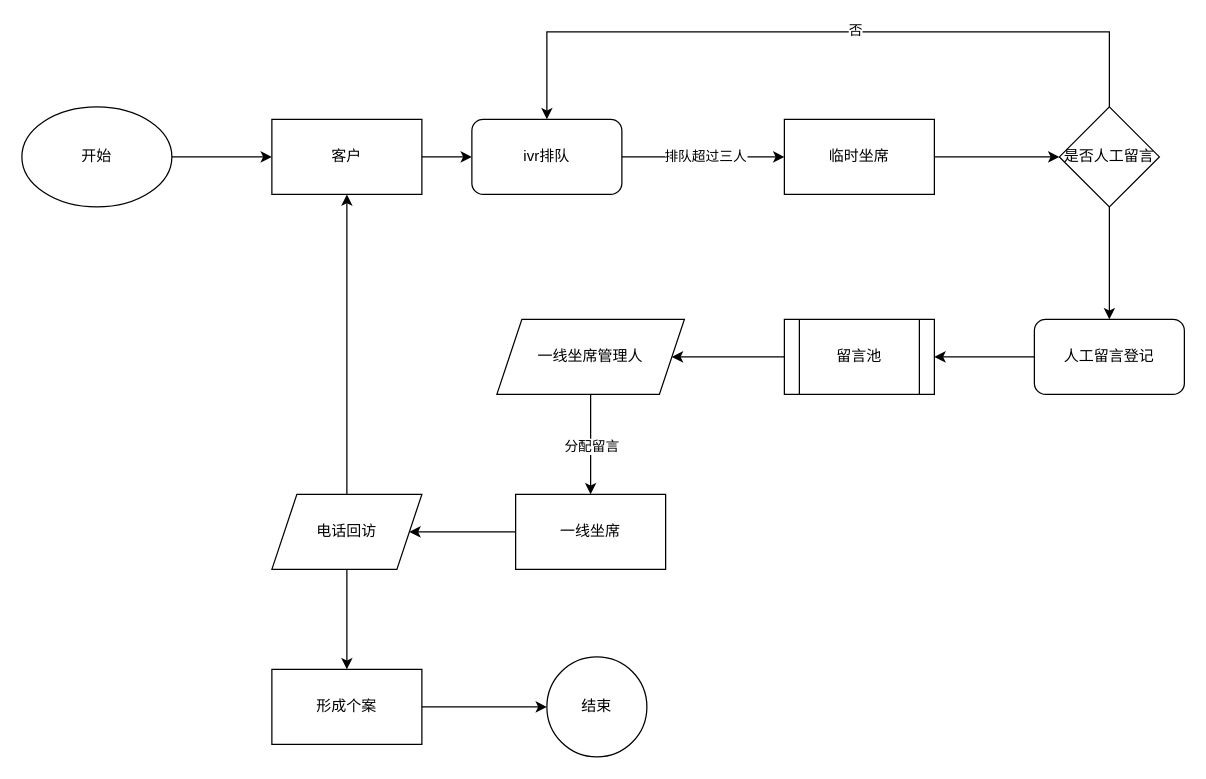
2571788183/- keeps this draw.io diagram as PickCall.drawio. Above is the earlier version. Source tidied: cells renumbered, new cells numbered last; positions are measured from the earlier drawing's top-left corner, leaving out a move shared by most shapes. Both pictures are drawn from the tidied source at 125%, with x=0, y=0 at pixel (21, 31).
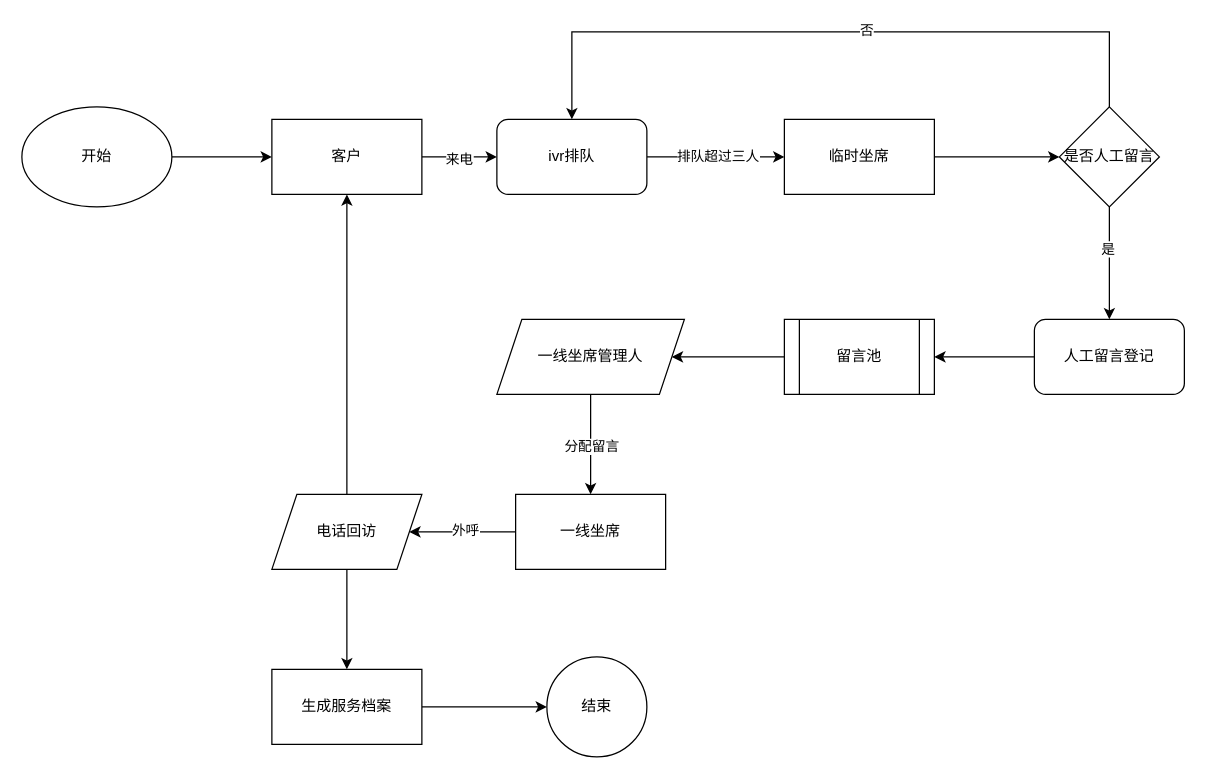
Above is the later version.

Unchanged cells that the change refers to:
```xml
<mxCell id="2" style="edgeStyle=orthogonalEdgeStyle;rounded=0;jettySize=auto;html=1;" parent="1" edge="1" source="3" target="10">
  <mxGeometry relative="1" as="geometry" />
</mxCell>
<mxCell id="8" style="edgeStyle=orthogonalEdgeStyle;rounded=0;jettySize=auto;html=1;" parent="1" edge="1" source="9">
  <mxGeometry relative="1" as="geometry">
    <mxPoint x="870" y="230" as="targetPoint" />
  </mxGeometry>
</mxCell>
<mxCell id="9" value="是否人工留言" style="rhombus;whiteSpace=wrap;html=1;rounded=0;" parent="1" vertex="1">
  <mxGeometry x="830" y="60" width="80" height="80" as="geometry" />
</mxCell>
<mxCell id="20" style="edgeStyle=orthogonalEdgeStyle;rounded=0;jettySize=auto;html=1;" parent="1" edge="1" source="21" target="24">
  <mxGeometry relative="1" as="geometry" />
</mxCell>
```

Diff of the diagram source:
```diff
@@
+    <mxCell id="30" value="来电" style="edgeLabel;html=1;align=center;verticalAlign=middle;" parent="2" vertex="1">
+      <mxGeometry x="-0.04" y="-1" relative="1" as="geometry" />
+    </mxCell>
@@
+    <mxCell id="31" value="是" style="edgeLabel;html=1;align=center;verticalAlign=middle;" parent="8" vertex="1">
+      <mxGeometry x="-0.26" y="-2" relative="1" as="geometry" />
+    </mxCell>
@@
     <mxCell id="10" value="ivr排队" style="rounded=1;whiteSpace=wrap;html=1;" parent="1" vertex="1">
-      <mxGeometry x="360" y="70" width="120" height="60" as="geometry" />
+      <mxGeometry x="380" y="70" width="120" height="60" as="geometry" />
     </mxCell>
     <mxCell id="11" style="endArrow=classic;html=1;rounded=0;exitX=0.5;exitY=0;exitDx=0;exitDy=0;entryX=0.5;entryY=0;entryDx=0;entryDy=0;" parent="1" edge="1" source="9" target="10">
       <mxGeometry relative="1" as="geometry">
         <Array as="points">
           <mxPoint x="870" />
-          <mxPoint x="420" />
+          <mxPoint x="440" />
         </Array>
       </mxGeometry>
     </mxCell>
@@
+    <mxCell id="32" value="外呼" style="edgeLabel;html=1;align=center;verticalAlign=middle;" parent="20" vertex="1">
+      <mxGeometry x="-0.03" y="-2" relative="1" as="geometry" />
+    </mxCell>
@@
-    <mxCell id="26" value="形成个案" style="whiteSpace=wrap;html=1;" parent="1" vertex="1">
+    <mxCell id="26" value="生成服务档案" style="whiteSpace=wrap;html=1;" parent="1" vertex="1">
       <mxGeometry x="200" y="510" width="120" height="60" as="geometry" />
     </mxCell>
```
